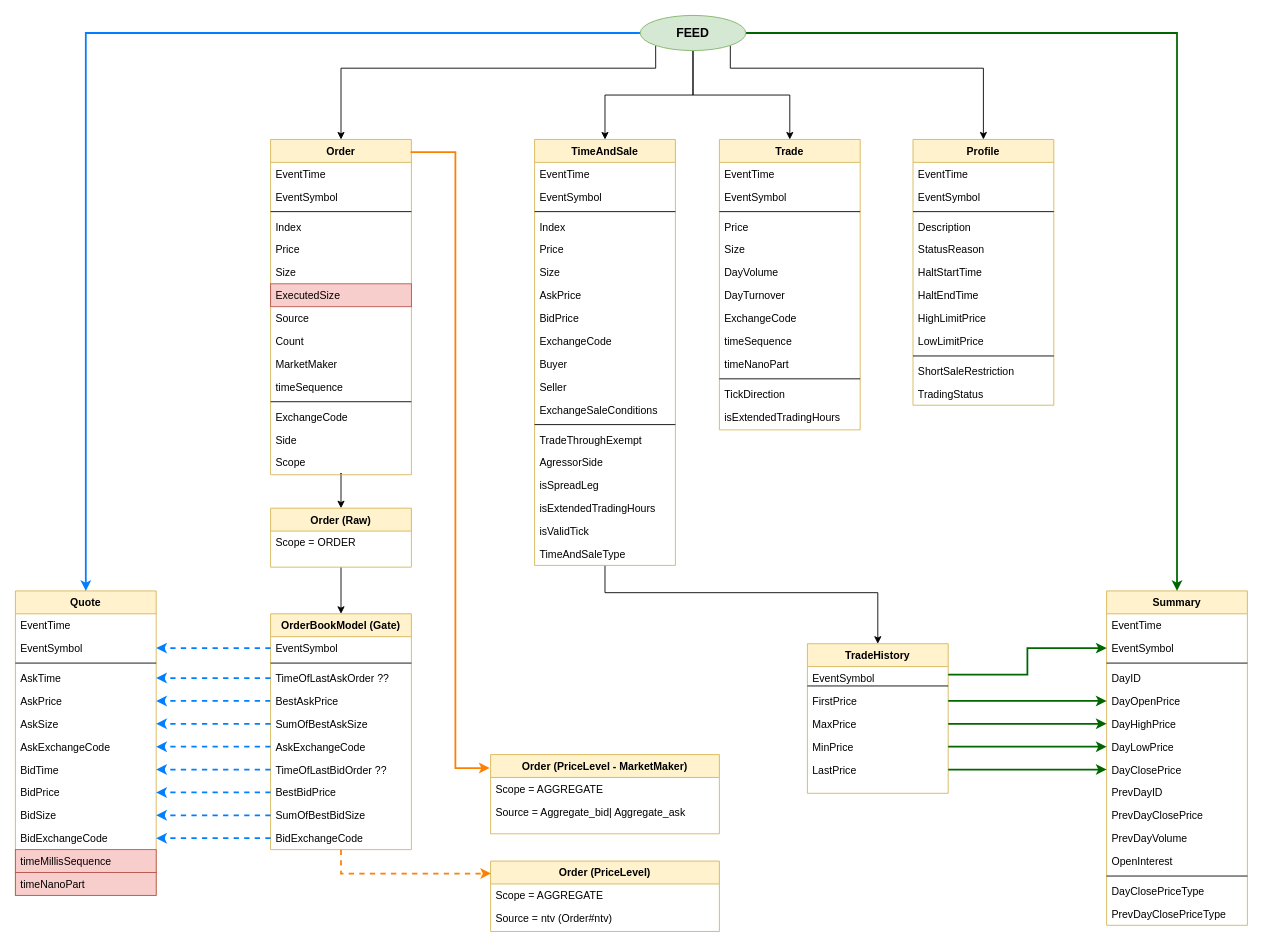
The draw.io diagram Untitled Diagram.drawio in Tubala85/documents, before the edit. Source tidied: cells renumbered, new cells numbered last; positions are measured from the earlier drawing's top-left corner, leaving out a move shared by most shapes. Both pictures are drawn from the tidied source at 88%, with x=0, y=0 at pixel (15, 15).
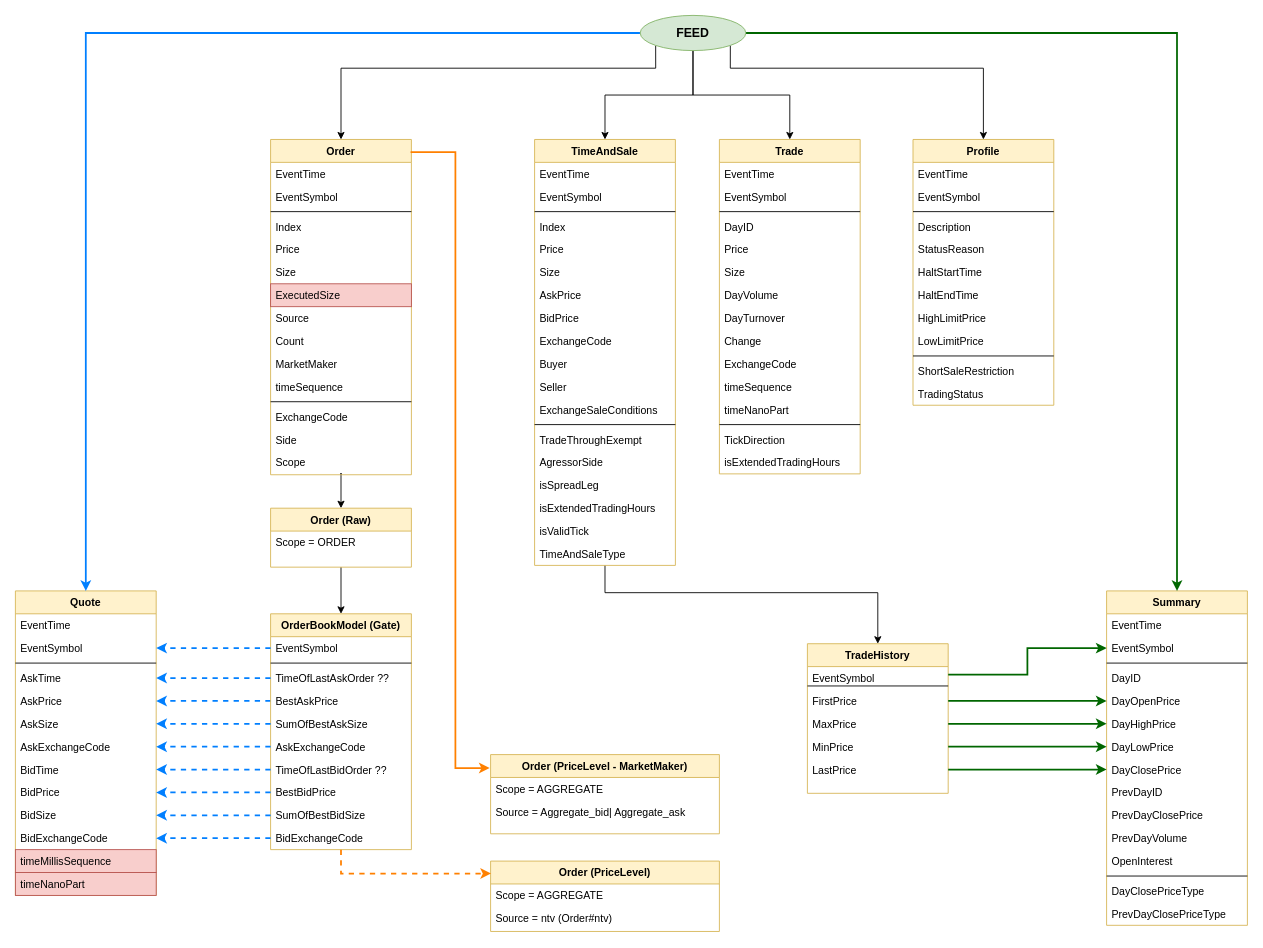
Above is the later version.

Diff of the diagram source:
```diff
@@
     <mxCell id="71" value="Trade" style="swimlane;fontStyle=1;align=center;verticalAlign=top;horizontal=1;startSize=26;rounded=0;shadow=0;strokeWidth=1;fillColor=#fff2cc;strokeColor=#d6b656;" parent="1" vertex="1">
-      <mxGeometry x="800" y="141" width="160" height="330" as="geometry" />
+      <mxGeometry x="800" y="141" width="160" height="380" as="geometry" />
     </mxCell>
@@
+    <mxCell id="147" value="DayID" style="text;align=left;verticalAlign=top;spacingLeft=4;spacingRight=4;overflow=hidden;" parent="71" vertex="1">
+      <mxGeometry y="86" width="160" height="26" as="geometry" />
+    </mxCell>
     <mxCell id="75" value="Price" style="text;align=left;verticalAlign=top;spacingLeft=4;spacingRight=4;overflow=hidden;" parent="71" vertex="1">
-      <mxGeometry y="86" width="160" height="26" as="geometry" />
+      <mxGeometry y="112" width="160" height="26" as="geometry" />
     </mxCell>
     <mxCell id="76" value="Size" style="text;align=left;verticalAlign=top;spacingLeft=4;spacingRight=4;overflow=hidden;" parent="71" vertex="1">
-      <mxGeometry y="112" width="160" height="26" as="geometry" />
+      <mxGeometry y="138" width="160" height="26" as="geometry" />
     </mxCell>
     <mxCell id="77" value="DayVolume" style="text;align=left;verticalAlign=top;spacingLeft=4;spacingRight=4;overflow=hidden;" parent="71" vertex="1">
-      <mxGeometry y="138" width="160" height="26" as="geometry" />
+      <mxGeometry y="164" width="160" height="26" as="geometry" />
     </mxCell>
     <mxCell id="78" value="DayTurnover" style="text;align=left;verticalAlign=top;spacingLeft=4;spacingRight=4;overflow=hidden;" parent="71" vertex="1">
-      <mxGeometry y="164" width="160" height="26" as="geometry" />
+      <mxGeometry y="190" width="160" height="26" as="geometry" />
     </mxCell>
+    <mxCell id="148" value="Change" style="text;align=left;verticalAlign=top;spacingLeft=4;spacingRight=4;overflow=hidden;" parent="71" vertex="1">
+      <mxGeometry y="216" width="160" height="26" as="geometry" />
+    </mxCell>
     <mxCell id="79" value="ExchangeCode" style="text;align=left;verticalAlign=top;spacingLeft=4;spacingRight=4;overflow=hidden;" parent="71" vertex="1">
-      <mxGeometry y="190" width="160" height="26" as="geometry" />
+      <mxGeometry y="242" width="160" height="26" as="geometry" />
     </mxCell>
     <mxCell id="80" value="timeSequence" style="text;align=left;verticalAlign=top;spacingLeft=4;spacingRight=4;overflow=hidden;" parent="71" vertex="1">
-      <mxGeometry y="216" width="160" height="26" as="geometry" />
+      <mxGeometry y="268" width="160" height="26" as="geometry" />
     </mxCell>
     <mxCell id="81" value="timeNanoPart" style="text;align=left;verticalAlign=top;spacingLeft=4;spacingRight=4;overflow=hidden;" parent="71" vertex="1">
-      <mxGeometry y="242" width="160" height="26" as="geometry" />
+      <mxGeometry y="294" width="160" height="26" as="geometry" />
     </mxCell>
     <mxCell id="82" style="line;html=1;strokeWidth=1;align=left;verticalAlign=middle;spacingTop=-1;spacingLeft=3;spacingRight=3;labelPosition=right;" parent="71" vertex="1">
-      <mxGeometry y="268" width="160" height="8" as="geometry" />
+      <mxGeometry y="320" width="160" height="8" as="geometry" />
     </mxCell>
     <mxCell id="83" value="TickDirection" style="text;align=left;verticalAlign=top;spacingLeft=4;spacingRight=4;overflow=hidden;" parent="71" vertex="1">
-      <mxGeometry y="276" width="160" height="26" as="geometry" />
+      <mxGeometry y="328" width="160" height="26" as="geometry" />
     </mxCell>
     <mxCell id="84" value="isExtendedTradingHours" style="text;align=left;verticalAlign=top;spacingLeft=4;spacingRight=4;overflow=hidden;" parent="71" vertex="1">
-      <mxGeometry y="302" width="160" height="26" as="geometry" />
+      <mxGeometry y="354" width="160" height="26" as="geometry" />
     </mxCell>
```
